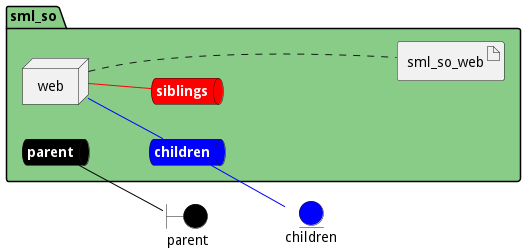
Earlier version of the PlantUML export docs/edgemere/sml/so/envs/dev/deployment.png (madajaju/edgemere). The source it was exported from:
```plantuml
@startuml

left to right direction


boundary parent #black


entity children #blue




package "sml_so" #88cc88 {
    queue parentnet #black [
            <b><color:white>parent</color></b>
    ]

    parentnet -[#black]- parent

    queue childrennet #blue [
            <b><color:white>children</color></b>
    ]

    childrennet -[#blue]- children

    queue siblingsnet #red [
            <b><color:white>siblings</color></b>
    ]


node "web" as webService


        artifact "sml_so_web" as sml_so_webimage

}

webService -[#blue]- childrennet

webService -[#red]- siblingsnet
webService .... sml_so_webimage


@enduml
```
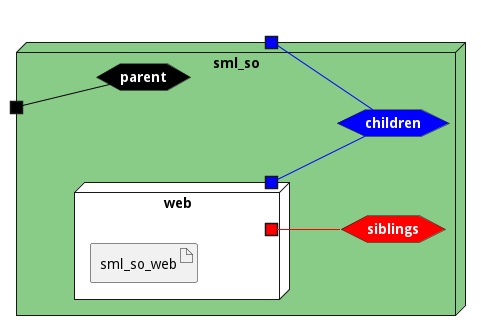
Later version of the same file.

Diff of the diagram source:
```diff
@@ -3,43 +3,45 @@
 left to right direction
 
 
-boundary parent #black
-
-
-entity children #blue
 
 
 
 
-package "sml_so" #88cc88 {
-    queue parentnet #black [
+
+node "sml_so" #88cc88 {
+
+
+    hexagon parentnet #black [
             <b><color:white>parent</color></b>
     ]
 
-    parentnet -[#black]- parent
+    portin " " as parentnetPortIn #black
+    parentnetPortIn -[#black]- parentnet
 
-    queue childrennet #blue [
+    hexagon childrennet #blue [
             <b><color:white>children</color></b>
     ]
 
-    childrennet -[#blue]- children
+    portout " " as childrennetPortOut #blue
+    childrennet -[#blue]- childrennetPortOut
 
-    queue siblingsnet #red [
+    hexagon siblingsnet #red [
             <b><color:white>siblings</color></b>
     ]
 
 
-node "web" as webService
+node "web" as webService #white {
+    portOut " " as webServicechildrennet #blue
+   webServicechildrennet -[#blue]- childrennet
+       portOut " " as webServicesiblingsnet #red
+   webServicesiblingsnet -[#red]- siblingsnet
 
 
-        artifact "sml_so_web" as sml_so_webimage
+    artifact "sml_so_web" as sml_so_webimage
 
 }
 
-webService -[#blue]- childrennet
-
-webService -[#red]- siblingsnet
-webService .... sml_so_webimage
+}
 
 
 @enduml
```
